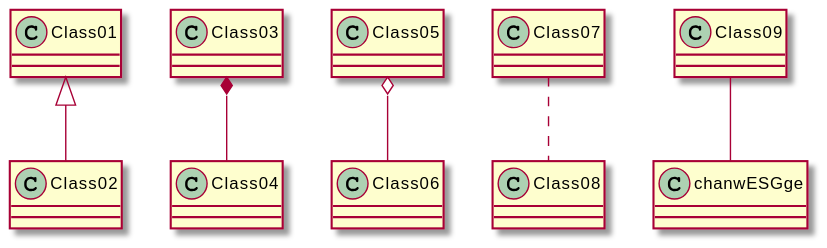
weichware10/meilensteine keeps this PlantUML diagram as meilenstein_03/test.svg. Above is the earlier version.
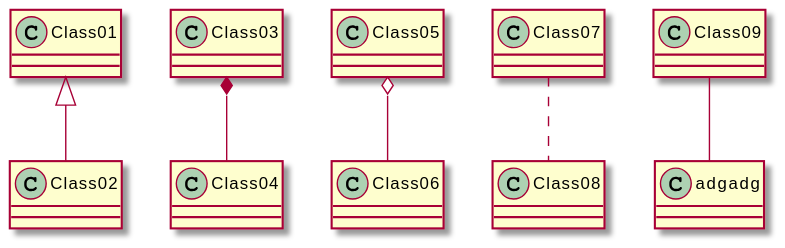
Later version of the same file.

Commit message:
Render PlantUML SVGs

What changed in the source:
```diff
@@ -3,5 +3,5 @@
 Class03 *-- Class04
 Class05 o-- Class06
 Class07 .. Class08
-Class09 -- chanwESGge
+Class09 -- adgadg
 @enduml
```
